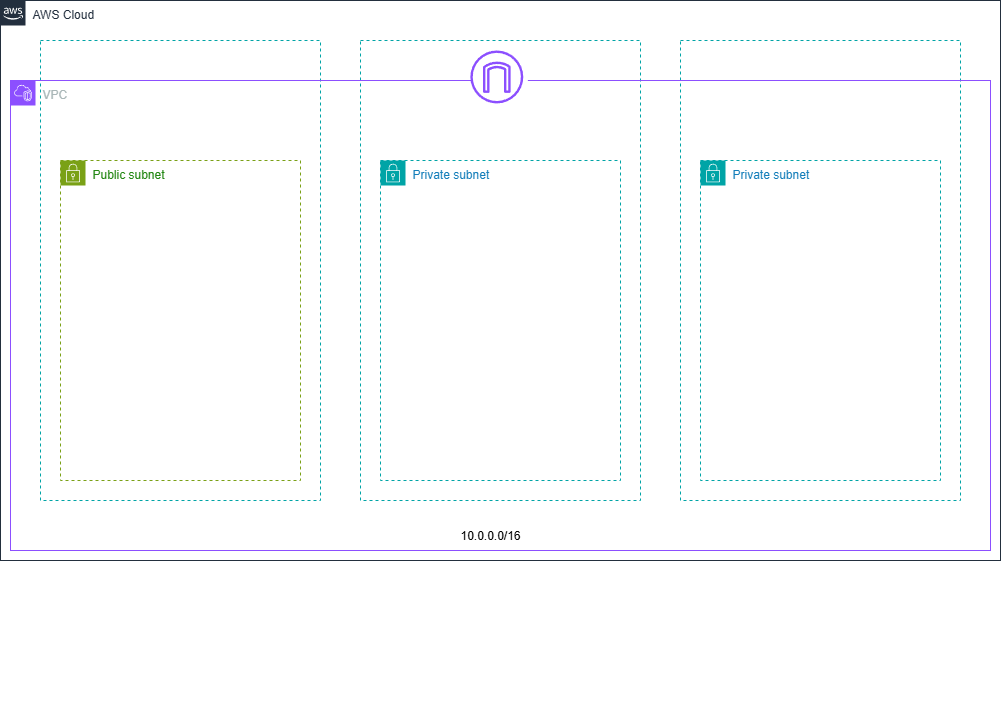
This is AWS_Training_Arch.drawio.png from SubraiSambary/Drawings, a draw.io export, as it was before one commit. Source tidied: cells renumbered, new cells last; positions are measured from the earlier drawing's top-left corner, leaving out a move shared by most shapes.
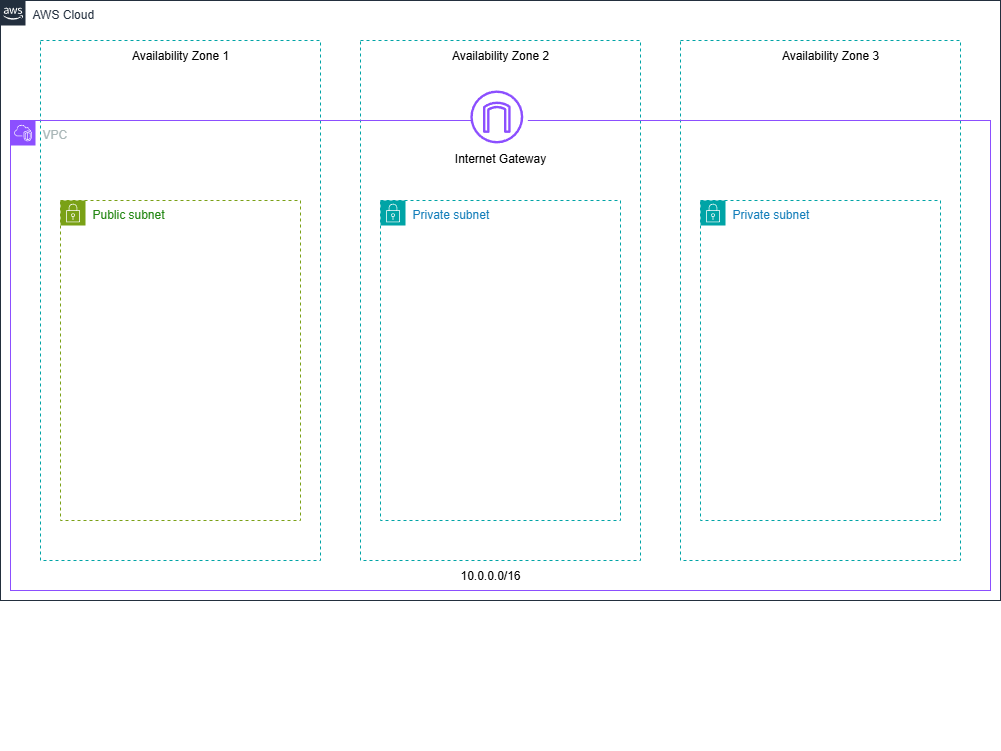
After the commit.

What changed in the source:
```diff
@@ -2,15 +2,27 @@
   <root>
     <mxCell id="0" />
     <mxCell id="1" parent="0" />
+    <mxCell id="8" style="rounded=0;whiteSpace=wrap;html=1;dashed=1;strokeColor=light-dark(#00a4a6, #131313);align=center;verticalAlign=middle;fontFamily=Helvetica;fontSize=12;fontColor=default;fillColor=none;" parent="1" vertex="1">
+      <mxGeometry x="680" width="280" height="520" as="geometry" />
+    </mxCell>
     <mxCell id="2" value="AWS Cloud" style="gradientColor=none;html=1;whiteSpace=wrap;fontSize=12;fontStyle=0;shape=mxgraph.aws4.group;grIcon=mxgraph.aws4.group_aws_cloud_alt;strokeColor=#232F3E;fillColor=none;verticalAlign=top;align=left;spacingLeft=30;fontColor=#232F3E;dashed=0;" parent="1" vertex="1">
-      <mxGeometry width="1000" height="560" as="geometry" />
+      <mxGeometry y="-40" width="1000" height="600" as="geometry" />
     </mxCell>
     <mxCell id="3" style="rounded=0;whiteSpace=wrap;html=1;fillColor=none;strokeColor=light-dark(#00a4a6, #131313);dashed=1;" parent="2" vertex="1">
-      <mxGeometry x="40" y="40" width="280" height="460" as="geometry" />
+      <mxGeometry x="40" y="40" width="280" height="520" as="geometry" />
     </mxCell>
     <mxCell id="4" style="rounded=0;whiteSpace=wrap;html=1;dashed=1;strokeColor=light-dark(#00a4a6, #131313);align=center;verticalAlign=middle;fontFamily=Helvetica;fontSize=12;fontColor=default;fillColor=none;" parent="2" vertex="1">
-      <mxGeometry x="360" y="40" width="280" height="460" as="geometry" />
+      <mxGeometry x="360" y="40" width="280" height="520" as="geometry" />
     </mxCell>
+    <mxCell id="18" value="Availability Zone 1" style="text;html=1;align=center;verticalAlign=middle;whiteSpace=wrap;rounded=0;" parent="2" vertex="1">
+      <mxGeometry x="130" y="40" width="100" height="30" as="geometry" />
+    </mxCell>
+    <mxCell id="19" value="Availability Zone 2" style="text;html=1;align=center;verticalAlign=middle;whiteSpace=wrap;rounded=0;" parent="2" vertex="1">
+      <mxGeometry x="450" y="40" width="100" height="30" as="geometry" />
+    </mxCell>
+    <mxCell id="20" value="Availability Zone 3" style="text;html=1;align=center;verticalAlign=middle;whiteSpace=wrap;rounded=0;" parent="2" vertex="1">
+      <mxGeometry x="780" y="40" width="100" height="30" as="geometry" />
+    </mxCell>
     <mxCell id="5" value="Private subnet" style="gradientColor=none;html=1;whiteSpace=wrap;fontSize=12;fontStyle=0;shape=mxgraph.aws4.group;grIcon=mxgraph.aws4.group_security_group;grStroke=0;strokeColor=#00A4A6;fillColor=none;verticalAlign=top;align=left;spacingLeft=30;fontColor=#147EBA;dashed=0;fillStyle=auto;" parent="1" vertex="1">
       <mxGeometry x="380" y="160" width="240" height="320" as="geometry" />
     </mxCell>
@@ -20,9 +32,6 @@
     <mxCell id="7" value="Public subnet" style="gradientColor=none;html=1;whiteSpace=wrap;fontSize=12;fontStyle=0;shape=mxgraph.aws4.group;grIcon=mxgraph.aws4.group_security_group;grStroke=0;strokeColor=#7AA116;fillColor=none;verticalAlign=top;align=left;spacingLeft=30;fontColor=#248814;dashed=0;" parent="1" vertex="1">
       <mxGeometry x="60" y="160" width="240" height="320" as="geometry" />
     </mxCell>
-    <mxCell id="8" style="rounded=0;whiteSpace=wrap;html=1;dashed=1;strokeColor=light-dark(#00a4a6, #131313);align=center;verticalAlign=middle;fontFamily=Helvetica;fontSize=12;fontColor=default;fillColor=none;" parent="1" vertex="1">
-      <mxGeometry x="680" y="40" width="280" height="460" as="geometry" />
-    </mxCell>
     <mxCell id="9" style="group;" parent="1" vertex="1">
       <mxGeometry x="10" y="70" width="980" height="640" as="geometry" />
     </mxCell>
@@ -50,5 +59,8 @@
     <mxCell id="17" value="10.0.0.0/16" style="text;html=1;align=center;verticalAlign=middle;whiteSpace=wrap;rounded=0;" parent="9" vertex="1">
       <mxGeometry x="450" y="450" width="60" height="30" as="geometry" />
     </mxCell>
+    <mxCell id="21" value="Internet Gateway" style="text;html=1;align=center;verticalAlign=middle;whiteSpace=wrap;rounded=0;" parent="9" vertex="1">
+      <mxGeometry x="440" y="32.9" width="100" height="30" as="geometry" />
+    </mxCell>
   </root>
 </mxGraphModel>
```
